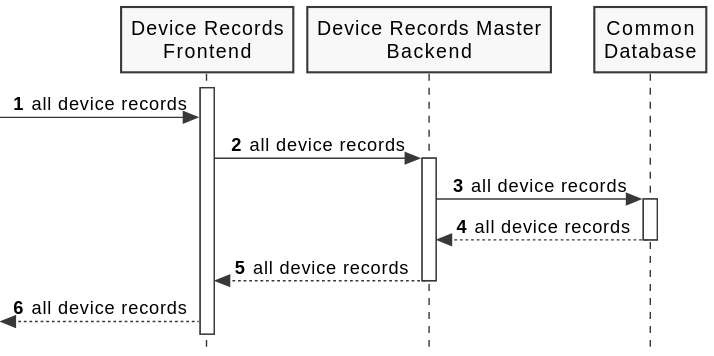
FilipeMCruz/sensae-console keeps this PlantUML diagram as docs/diagrams/process-view-level2-uc07.svg. Above is the earlier version.
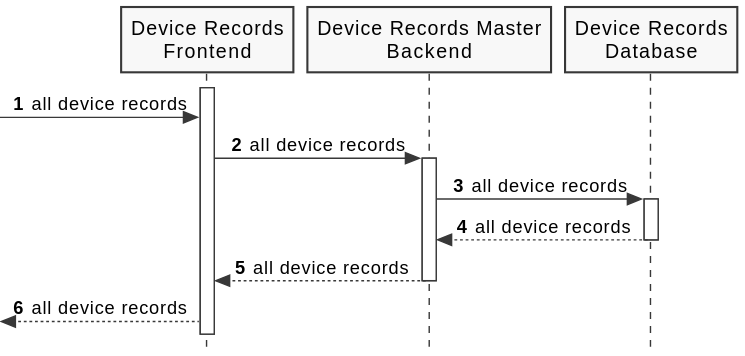
Above is the later version.

What changed in the source:
```diff
@@ -9,7 +9,7 @@
 
 participant "Device Records\nFrontend" as DRF
 participant "Device Records Master\nBackend" as DRMB
-participant "Common\nDatabase" as DRDB
+participant "Device Records\nDatabase" as DRDB
 
 activate DRF
 
```
